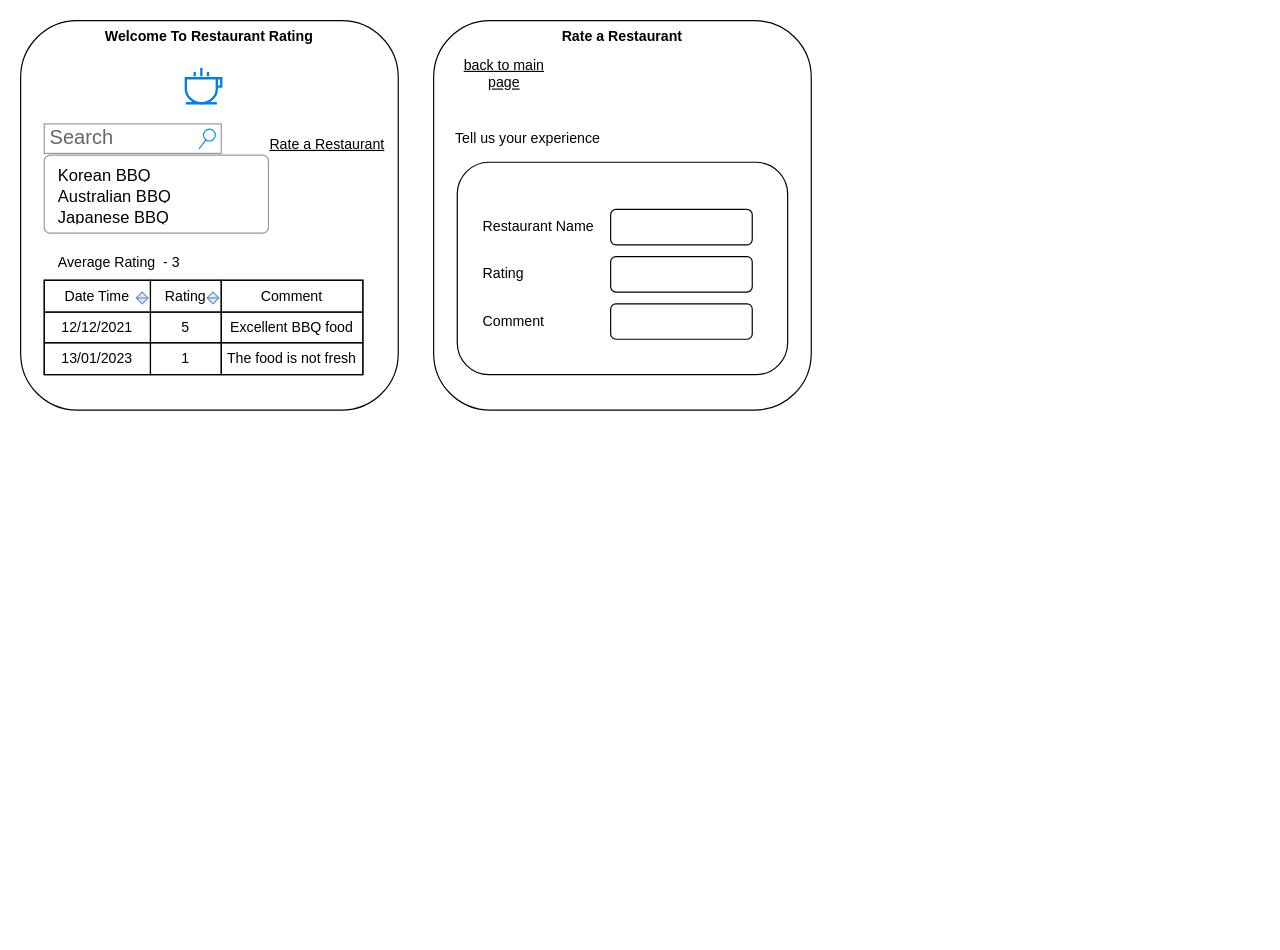
Earlier version of the draw.io diagram page "UI Design Relationship" (2 of 4) of design/architecture.drawio (dwen168/PWARestaurants). Source tidied: cells renumbered, new cells numbered last; positions are measured from the earlier drawing's top-left corner, leaving out a move shared by most shapes. Both pictures are drawn from the tidied source at 118%, with x=0, y=0 at pixel (20, 20).
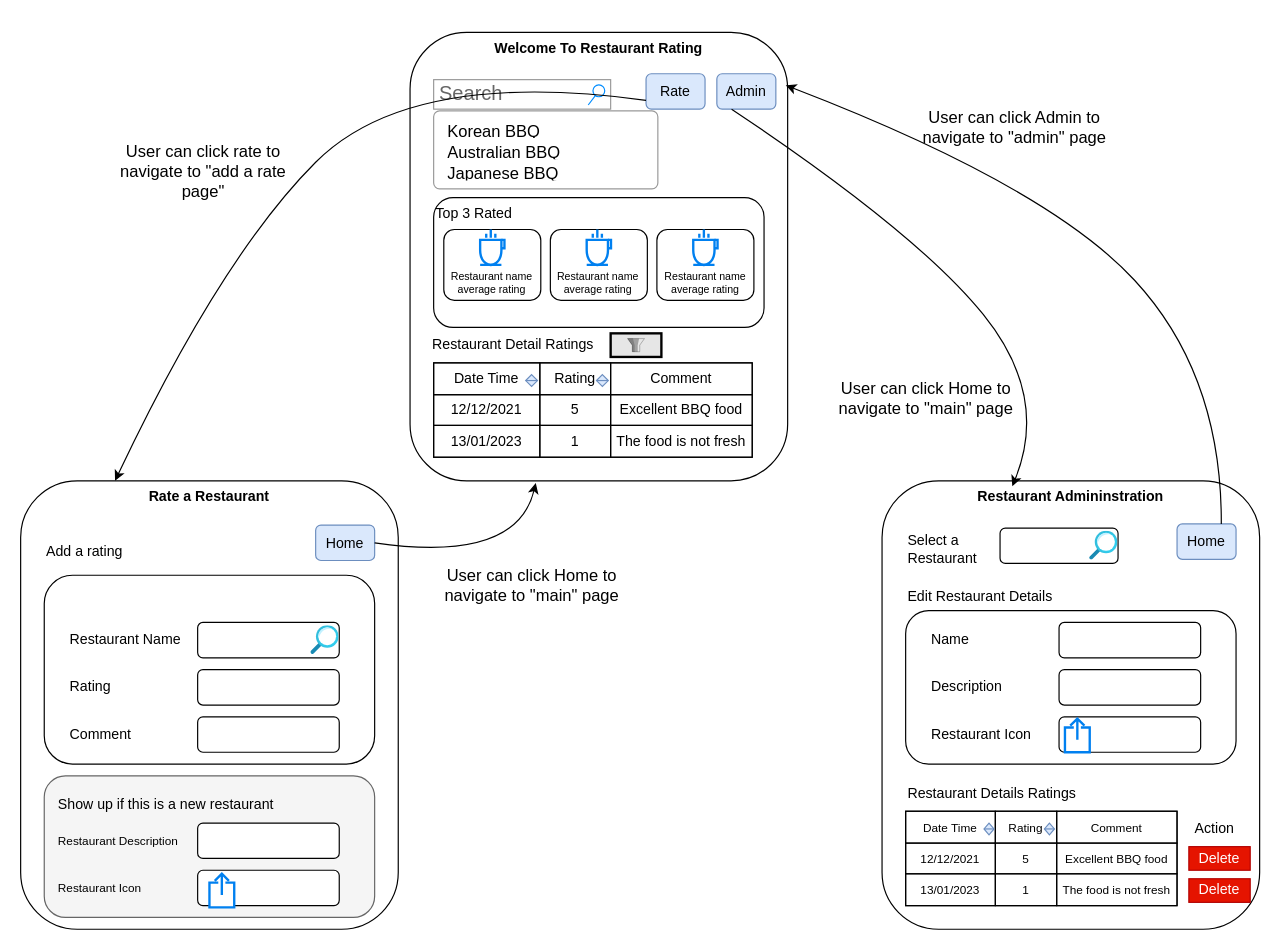
The same page after the edit.

What changed in the source:
```diff
@@
     <mxCell id="2" value="Welcome To Restaurant Rating" style="rounded=1;whiteSpace=wrap;html=1;verticalAlign=top;fontStyle=1;" parent="1" vertex="1">
-      <mxGeometry width="320" height="330" as="geometry" />
+      <mxGeometry x="330" y="10" width="320" height="380" as="geometry" />
     </mxCell>
-    <mxCell id="3" style="html=1;verticalLabelPosition=bottom;align=center;labelBackgroundColor=#ffffff;verticalAlign=top;strokeWidth=2;strokeColor=#0080F0;shadow=0;dashed=0;shape=mxgraph.ios7.icons.cup;" parent="1" vertex="1">
-      <mxGeometry x="140" y="40" width="30" height="30" as="geometry" />
-    </mxCell>
     <mxCell id="4" style="childLayout=tableLayout;shadow=0;fillColor=none;" parent="1" vertex="1">
-      <mxGeometry x="20" y="220" width="270" height="80" as="geometry" />
+      <mxGeometry x="350" y="290" width="270" height="80" as="geometry" />
     </mxCell>
@@
-    <mxCell id="17" value="Average Rating&amp;nbsp; - 3" style="text;html=1;align=left;verticalAlign=middle;whiteSpace=wrap;rounded=0;" parent="1" vertex="1">
-      <mxGeometry x="30" y="190" width="220" height="30" as="geometry" />
-    </mxCell>
     <mxCell id="18" value="Rate a Restaurant" style="rounded=1;whiteSpace=wrap;html=1;verticalAlign=top;fontStyle=1;" parent="1" vertex="1">
-      <mxGeometry x="350" width="320" height="330" as="geometry" />
+      <mxGeometry y="390" width="320" height="380" as="geometry" />
     </mxCell>
-    <mxCell id="19" value="Rate a Restaurant" style="text;html=1;align=center;verticalAlign=middle;whiteSpace=wrap;rounded=0;fontStyle=4;" parent="1" vertex="1">
-      <mxGeometry x="210" y="90" width="100" height="30" as="geometry" />
-    </mxCell>
-    <mxCell id="20" value="back to main page" style="text;html=1;align=center;verticalAlign=middle;whiteSpace=wrap;rounded=0;fontStyle=4;" parent="1" vertex="1">
-      <mxGeometry x="360" y="30" width="100" height="30" as="geometry" />
-    </mxCell>
     <mxCell id="21" style="rounded=1;whiteSpace=wrap;html=1;" parent="1" vertex="1">
-      <mxGeometry x="370" y="120" width="280" height="180" as="geometry" />
+      <mxGeometry x="20" y="470" width="280" height="160" as="geometry" />
     </mxCell>
-    <mxCell id="22" value="Tell us your experience" style="text;html=1;align=center;verticalAlign=middle;whiteSpace=wrap;rounded=0;" parent="1" vertex="1">
-      <mxGeometry x="340" y="80" width="180" height="40" as="geometry" />
+    <mxCell id="22" value="Add a rating" style="text;html=1;align=left;verticalAlign=middle;whiteSpace=wrap;rounded=0;" parent="1" vertex="1">
+      <mxGeometry x="20" y="430" width="100" height="40" as="geometry" />
     </mxCell>
     <mxCell id="23" value="Restaurant Name" style="text;html=1;align=left;verticalAlign=middle;whiteSpace=wrap;rounded=0;" parent="1" vertex="1">
-      <mxGeometry x="390" y="160" width="100" height="30" as="geometry" />
+      <mxGeometry x="40" y="510" width="100" height="30" as="geometry" />
     </mxCell>
     <mxCell id="24" style="rounded=1;whiteSpace=wrap;html=1;" parent="1" vertex="1">
-      <mxGeometry x="500" y="160" width="120" height="30" as="geometry" />
+      <mxGeometry x="150" y="510" width="120" height="30" as="geometry" />
     </mxCell>
     <mxCell id="25" value="Rating" style="text;html=1;align=left;verticalAlign=middle;whiteSpace=wrap;rounded=0;" parent="1" vertex="1">
-      <mxGeometry x="390" y="200" width="100" height="30" as="geometry" />
+      <mxGeometry x="40" y="550" width="100" height="30" as="geometry" />
     </mxCell>
     <mxCell id="26" style="rounded=1;whiteSpace=wrap;html=1;" parent="1" vertex="1">
-      <mxGeometry x="500" y="200" width="120" height="30" as="geometry" />
+      <mxGeometry x="150" y="550" width="120" height="30" as="geometry" />
     </mxCell>
     <mxCell id="27" value="Comment" style="text;html=1;align=left;verticalAlign=middle;whiteSpace=wrap;rounded=0;" parent="1" vertex="1">
-      <mxGeometry x="390" y="240" width="100" height="30" as="geometry" />
+      <mxGeometry x="40" y="590" width="100" height="30" as="geometry" />
     </mxCell>
     <mxCell id="28" style="rounded=1;whiteSpace=wrap;html=1;" parent="1" vertex="1">
-      <mxGeometry x="500" y="240" width="120" height="30" as="geometry" />
+      <mxGeometry x="150" y="590" width="120" height="30" as="geometry" />
     </mxCell>
     <mxCell id="29" value="Search" style="strokeWidth=1;shadow=0;dashed=0;align=center;html=1;shape=mxgraph.mockup.forms.searchBox;strokeColor=#999999;mainText=;strokeColor2=#008cff;fontColor=#666666;fontSize=17;align=left;spacingLeft=3;whiteSpace=wrap;" parent="1" vertex="1">
-      <mxGeometry x="20" y="87.5" width="150" height="25" as="geometry" />
+      <mxGeometry x="350" y="50" width="150" height="25" as="geometry" />
     </mxCell>
     <mxCell id="30" style="swimlane;shape=mxgraph.bootstrap.rrect;rSize=5;strokeColor=#999999;fillColor=#ffffff;fontStyle=0;horizontal=1;startSize=0;whiteSpace=wrap;html=1;" parent="1" vertex="1">
-      <mxGeometry x="20" y="114" width="190" height="66" as="geometry" />
+      <mxGeometry x="350" y="76.5" width="190" height="66" as="geometry" />
     </mxCell>
@@
     <mxCell id="36" style="shape=sortShape;perimeter=rhombusPerimeter;whiteSpace=wrap;html=1;fillColor=#dae8fc;strokeColor=#6c8ebf;" parent="1" vertex="1">
-      <mxGeometry x="98" y="230" width="10" height="10" as="geometry" />
+      <mxGeometry x="428" y="300" width="10" height="10" as="geometry" />
     </mxCell>
     <mxCell id="37" style="shape=sortShape;perimeter=rhombusPerimeter;whiteSpace=wrap;html=1;fillColor=#dae8fc;strokeColor=#6c8ebf;" parent="1" vertex="1">
-      <mxGeometry x="158" y="230" width="10" height="10" as="geometry" />
+      <mxGeometry x="488" y="300" width="10" height="10" as="geometry" />
     </mxCell>
+    <mxCell id="38" value="Restaurant Admininstration" style="rounded=1;whiteSpace=wrap;html=1;verticalAlign=top;fontStyle=1;" parent="1" vertex="1">
+      <mxGeometry x="730" y="390" width="320" height="380" as="geometry" />
+    </mxCell>
+    <mxCell id="39" value="Home" style="rounded=1;whiteSpace=wrap;html=1;fillColor=#dae8fc;strokeColor=#6c8ebf;" parent="1" vertex="1">
+      <mxGeometry x="250" y="427.5" width="50" height="30" as="geometry" />
+    </mxCell>
+    <mxCell id="40" value="Home" style="rounded=1;whiteSpace=wrap;html=1;fillColor=#dae8fc;strokeColor=#6c8ebf;" parent="1" vertex="1">
+      <mxGeometry x="980" y="426.5" width="50" height="30" as="geometry" />
+    </mxCell>
+    <mxCell id="41" value="Rate" style="rounded=1;whiteSpace=wrap;html=1;fillColor=#dae8fc;strokeColor=#6c8ebf;" parent="1" vertex="1">
+      <mxGeometry x="530" y="45" width="50" height="30" as="geometry" />
+    </mxCell>
+    <mxCell id="42" value="Admin" style="rounded=1;whiteSpace=wrap;html=1;fillColor=#dae8fc;strokeColor=#6c8ebf;" parent="1" vertex="1">
+      <mxGeometry x="590" y="45" width="50" height="30" as="geometry" />
+    </mxCell>
+    <mxCell id="43" value="Top 3 Rated" style="rounded=1;whiteSpace=wrap;html=1;verticalAlign=top;align=left;" parent="1" vertex="1">
+      <mxGeometry x="350" y="150" width="280" height="110" as="geometry" />
+    </mxCell>
+    <mxCell id="44" style="group;" parent="1" vertex="1">
+      <mxGeometry x="350" y="177" width="280" height="60" as="geometry" />
+    </mxCell>
+    <mxCell id="45" style="group;fontSize=9;" parent="44" vertex="1">
+      <mxGeometry x="90.3" width="99.4" height="60" as="geometry" />
+    </mxCell>
+    <mxCell id="46" style="rounded=1;whiteSpace=wrap;html=1;fontSize=9;" parent="45" vertex="1">
+      <mxGeometry x="8.6" width="82.2" height="60" as="geometry" />
+    </mxCell>
+    <mxCell id="47" style="html=1;verticalLabelPosition=bottom;align=center;labelBackgroundColor=#ffffff;verticalAlign=top;strokeWidth=2;strokeColor=#0080F0;shadow=0;dashed=0;shape=mxgraph.ios7.icons.cup;fontSize=9;" parent="45" vertex="1">
+      <mxGeometry x="39.4" width="20.6" height="30" as="geometry" />
+    </mxCell>
+    <mxCell id="48" value="Restaurant name&lt;div&gt;average rating&lt;/div&gt;" style="text;html=1;align=center;verticalAlign=middle;whiteSpace=wrap;rounded=0;fontSize=9;" parent="45" vertex="1">
+      <mxGeometry y="30" width="99.4" height="30" as="geometry" />
+    </mxCell>
+    <mxCell id="49" style="group;fontSize=9;" parent="44" vertex="1">
+      <mxGeometry width="99.4" height="60" as="geometry" />
+    </mxCell>
+    <mxCell id="50" style="rounded=1;whiteSpace=wrap;html=1;fontSize=9;" parent="49" vertex="1">
+      <mxGeometry x="8.6" width="82.2" height="60" as="geometry" />
+    </mxCell>
+    <mxCell id="51" style="html=1;verticalLabelPosition=bottom;align=center;labelBackgroundColor=#ffffff;verticalAlign=top;strokeWidth=2;strokeColor=#0080F0;shadow=0;dashed=0;shape=mxgraph.ios7.icons.cup;fontSize=9;" parent="49" vertex="1">
+      <mxGeometry x="39.4" width="20.6" height="30" as="geometry" />
+    </mxCell>
+    <mxCell id="52" value="Restaurant name&lt;div&gt;average rating&lt;/div&gt;" style="text;html=1;align=center;verticalAlign=middle;whiteSpace=wrap;rounded=0;fontSize=9;" parent="49" vertex="1">
+      <mxGeometry y="30" width="99.4" height="30" as="geometry" />
+    </mxCell>
+    <mxCell id="53" style="group;fontSize=9;" parent="44" vertex="1">
+      <mxGeometry x="180.6" width="99.4" height="60" as="geometry" />
+    </mxCell>
+    <mxCell id="54" style="rounded=1;whiteSpace=wrap;html=1;fontSize=9;" parent="53" vertex="1">
+      <mxGeometry x="8.6" width="82.2" height="60" as="geometry" />
+    </mxCell>
+    <mxCell id="55" style="html=1;verticalLabelPosition=bottom;align=center;labelBackgroundColor=#ffffff;verticalAlign=top;strokeWidth=2;strokeColor=#0080F0;shadow=0;dashed=0;shape=mxgraph.ios7.icons.cup;fontSize=9;" parent="53" vertex="1">
+      <mxGeometry x="39.4" width="20.6" height="30" as="geometry" />
+    </mxCell>
+    <mxCell id="56" value="Restaurant name&lt;div&gt;average rating&lt;/div&gt;" style="text;html=1;align=center;verticalAlign=middle;whiteSpace=wrap;rounded=0;fontSize=9;" parent="53" vertex="1">
+      <mxGeometry y="30" width="99.4" height="30" as="geometry" />
+    </mxCell>
+    <mxCell id="57" value="Restaurant Detail Ratings" style="text;html=1;align=center;verticalAlign=middle;whiteSpace=wrap;rounded=0;" parent="1" vertex="1">
+      <mxGeometry x="330" y="260" width="175" height="30" as="geometry" />
+    </mxCell>
+    <mxCell id="58" style="image;html=1;align=center;fontSize=12;image=img/lib/azure2/general/Search.svg;" parent="1" vertex="1">
+      <mxGeometry x="246" y="512.8" width="24" height="24.4" as="geometry" />
+    </mxCell>
+    <mxCell id="59" style="rounded=1;whiteSpace=wrap;html=1;fillColor=#f5f5f5;fontColor=#333333;strokeColor=#666666;" parent="1" vertex="1">
+      <mxGeometry x="20" y="640" width="280" height="120" as="geometry" />
+    </mxCell>
+    <mxCell id="60" value="Show up if this is a new restaurant&amp;nbsp;" style="text;html=1;align=left;verticalAlign=middle;whiteSpace=wrap;rounded=0;" parent="1" vertex="1">
+      <mxGeometry x="30" y="650" width="250" height="30" as="geometry" />
+    </mxCell>
+    <mxCell id="61" style="rounded=1;whiteSpace=wrap;html=1;" parent="1" vertex="1">
+      <mxGeometry x="150" y="680" width="120" height="30" as="geometry" />
+    </mxCell>
+    <mxCell id="62" style="rounded=1;whiteSpace=wrap;html=1;" parent="1" vertex="1">
+      <mxGeometry x="150" y="720" width="120" height="30" as="geometry" />
+    </mxCell>
+    <mxCell id="63" value="Restaurant Description" style="text;html=1;align=left;verticalAlign=middle;whiteSpace=wrap;rounded=0;fontSize=10;" parent="1" vertex="1">
+      <mxGeometry x="30" y="680" width="130" height="30" as="geometry" />
+    </mxCell>
+    <mxCell id="64" value="Restaurant Icon" style="text;html=1;align=left;verticalAlign=middle;whiteSpace=wrap;rounded=0;fontSize=10;" parent="1" vertex="1">
+      <mxGeometry x="30" y="720" width="130" height="30" as="geometry" />
+    </mxCell>
+    <mxCell id="65" style="html=1;verticalLabelPosition=bottom;align=center;labelBackgroundColor=#ffffff;verticalAlign=top;strokeWidth=2;strokeColor=#0080F0;shadow=0;dashed=0;shape=mxgraph.ios7.icons.share;" parent="1" vertex="1">
+      <mxGeometry x="160" y="723" width="21" height="28.5" as="geometry" />
+    </mxCell>
+    <mxCell id="66" style="rounded=1;whiteSpace=wrap;html=1;" parent="1" vertex="1">
+      <mxGeometry x="750" y="500" width="280" height="130" as="geometry" />
+    </mxCell>
+    <mxCell id="67" value="Name" style="text;html=1;align=left;verticalAlign=middle;whiteSpace=wrap;rounded=0;" parent="1" vertex="1">
+      <mxGeometry x="770" y="510" width="100" height="30" as="geometry" />
+    </mxCell>
+    <mxCell id="68" style="rounded=1;whiteSpace=wrap;html=1;" parent="1" vertex="1">
+      <mxGeometry x="880" y="510" width="120" height="30" as="geometry" />
+    </mxCell>
+    <mxCell id="69" value="Description" style="text;html=1;align=left;verticalAlign=middle;whiteSpace=wrap;rounded=0;" parent="1" vertex="1">
+      <mxGeometry x="770" y="550" width="100" height="30" as="geometry" />
+    </mxCell>
+    <mxCell id="70" style="rounded=1;whiteSpace=wrap;html=1;" parent="1" vertex="1">
+      <mxGeometry x="880" y="550" width="120" height="30" as="geometry" />
+    </mxCell>
+    <mxCell id="71" value="Restaurant Icon" style="text;html=1;align=left;verticalAlign=middle;whiteSpace=wrap;rounded=0;" parent="1" vertex="1">
+      <mxGeometry x="770" y="590" width="100" height="30" as="geometry" />
+    </mxCell>
+    <mxCell id="72" style="rounded=1;whiteSpace=wrap;html=1;" parent="1" vertex="1">
+      <mxGeometry x="880" y="590" width="120" height="30" as="geometry" />
+    </mxCell>
+    <mxCell id="73" value="Select a Restaurant" style="text;html=1;align=left;verticalAlign=middle;whiteSpace=wrap;rounded=0;" parent="1" vertex="1">
+      <mxGeometry x="750" y="427.5" width="100" height="40" as="geometry" />
+    </mxCell>
+    <mxCell id="74" style="rounded=1;whiteSpace=wrap;html=1;" parent="1" vertex="1">
+      <mxGeometry x="830" y="430" width="100" height="30" as="geometry" />
+    </mxCell>
+    <mxCell id="75" style="image;html=1;align=center;fontSize=12;image=img/lib/azure2/general/Search.svg;" parent="1" vertex="1">
+      <mxGeometry x="906" y="432.8" width="24" height="24.4" as="geometry" />
+    </mxCell>
+    <mxCell id="76" value="Edit Restaurant Details" style="text;html=1;align=left;verticalAlign=middle;whiteSpace=wrap;rounded=0;" parent="1" vertex="1">
+      <mxGeometry x="750" y="467.5" width="160" height="40" as="geometry" />
+    </mxCell>
+    <mxCell id="77" style="html=1;verticalLabelPosition=bottom;align=center;labelBackgroundColor=#ffffff;verticalAlign=top;strokeWidth=2;strokeColor=#0080F0;shadow=0;dashed=0;shape=mxgraph.ios7.icons.share;" parent="1" vertex="1">
+      <mxGeometry x="885" y="591.5" width="21" height="28.5" as="geometry" />
+    </mxCell>
+    <mxCell id="78" value="Restaurant Details Ratings" style="text;html=1;align=left;verticalAlign=middle;whiteSpace=wrap;rounded=0;" parent="1" vertex="1">
+      <mxGeometry x="750" y="635" width="160" height="40" as="geometry" />
+    </mxCell>
+    <mxCell id="79" style="group;fontSize=10;" parent="1" vertex="1">
+      <mxGeometry x="750" y="670" width="230" height="80" as="geometry" />
+    </mxCell>
+    <mxCell id="80" style="childLayout=tableLayout;shadow=0;fillColor=none;fontSize=10;" parent="79" vertex="1">
+      <mxGeometry width="230" height="80" as="geometry" />
+    </mxCell>
+    <mxCell id="81" style="shape=tableRow;horizontal=0;startSize=0;swimlaneHead=0;swimlaneBody=0;top=0;left=0;bottom=0;right=0;fontStyle=0;fillColor=none;strokeColor=inherit;fontSize=10;" parent="80" vertex="1">
+      <mxGeometry width="230" height="27" as="geometry" />
+    </mxCell>
+    <mxCell id="82" value="Date Time" style="strokeColor=inherit;fillColor=none;align=center;whiteSpace=wrap;html=1;fontSize=10;" parent="81" vertex="1">
+      <mxGeometry width="76" height="27" as="geometry" />
+    </mxCell>
+    <mxCell id="83" value="Rating" style="strokeColor=inherit;fillColor=none;align=center;whiteSpace=wrap;html=1;fontSize=10;" parent="81" vertex="1">
+      <mxGeometry x="76" width="52" height="27" as="geometry" />
+    </mxCell>
+    <mxCell id="84" value="Comment" style="strokeColor=inherit;fillColor=none;align=center;whiteSpace=wrap;html=1;fontSize=10;" parent="81" vertex="1">
+      <mxGeometry x="128" width="102" height="27" as="geometry" />
+    </mxCell>
+    <mxCell id="85" style="shape=tableRow;horizontal=0;startSize=0;swimlaneHead=0;swimlaneBody=0;top=0;left=0;bottom=0;right=0;fontStyle=0;fillColor=none;strokeColor=inherit;fontSize=10;" parent="80" vertex="1">
+      <mxGeometry y="27" width="230" height="26" as="geometry" />
+    </mxCell>
+    <mxCell id="86" value="12/12/2021" style="strokeColor=inherit;fillColor=none;align=center;whiteSpace=wrap;html=1;fontSize=10;" parent="85" vertex="1">
+      <mxGeometry width="76" height="26" as="geometry" />
+    </mxCell>
+    <mxCell id="87" value="5" style="strokeColor=inherit;fillColor=none;align=center;whiteSpace=wrap;html=1;fontSize=10;" parent="85" vertex="1">
+      <mxGeometry x="76" width="52" height="26" as="geometry" />
+    </mxCell>
+    <mxCell id="88" value="Excellent BBQ food" style="strokeColor=inherit;fillColor=none;align=center;whiteSpace=wrap;html=1;fontSize=10;" parent="85" vertex="1">
+      <mxGeometry x="128" width="102" height="26" as="geometry" />
+    </mxCell>
+    <mxCell id="89" style="shape=tableRow;horizontal=0;startSize=0;swimlaneHead=0;swimlaneBody=0;top=0;left=0;bottom=0;right=0;fontStyle=0;fillColor=none;strokeColor=inherit;fontSize=10;" parent="80" vertex="1">
+      <mxGeometry y="53" width="230" height="27" as="geometry" />
+    </mxCell>
+    <mxCell id="90" value="13/01/2023" style="strokeColor=inherit;fillColor=none;align=center;whiteSpace=wrap;html=1;fontSize=10;" parent="89" vertex="1">
+      <mxGeometry width="76" height="27" as="geometry" />
+    </mxCell>
+    <mxCell id="91" value="1" style="strokeColor=inherit;fillColor=none;align=center;whiteSpace=wrap;html=1;fontSize=10;" parent="89" vertex="1">
+      <mxGeometry x="76" width="52" height="27" as="geometry" />
+    </mxCell>
+    <mxCell id="92" value="The food is not fresh" style="strokeColor=inherit;fillColor=none;align=center;whiteSpace=wrap;html=1;fontSize=10;" parent="89" vertex="1">
+      <mxGeometry x="128" width="102" height="27" as="geometry" />
+    </mxCell>
+    <mxCell id="93" style="shape=sortShape;perimeter=rhombusPerimeter;whiteSpace=wrap;html=1;fillColor=#dae8fc;strokeColor=#6c8ebf;fontSize=10;" parent="79" vertex="1">
+      <mxGeometry x="66.4" y="10" width="8.5" height="10" as="geometry" />
+    </mxCell>
+    <mxCell id="94" style="shape=sortShape;perimeter=rhombusPerimeter;whiteSpace=wrap;html=1;fillColor=#dae8fc;strokeColor=#6c8ebf;fontSize=10;" parent="79" vertex="1">
+      <mxGeometry x="117.6" y="10" width="8.5" height="10" as="geometry" />
+    </mxCell>
+    <mxCell id="95" value="Delete" style="rounded=0;whiteSpace=wrap;html=1;fillColor=#e51400;fontColor=#ffffff;strokeColor=#B20000;" parent="1" vertex="1">
+      <mxGeometry x="990" y="700" width="52" height="20" as="geometry" />
+    </mxCell>
+    <mxCell id="96" value="Delete" style="rounded=0;whiteSpace=wrap;html=1;fillColor=#e51400;fontColor=#ffffff;strokeColor=#B20000;" parent="1" vertex="1">
+      <mxGeometry x="990" y="727.2" width="52" height="20" as="geometry" />
+    </mxCell>
+    <mxCell id="97" value="Action" style="text;html=1;align=center;verticalAlign=middle;whiteSpace=wrap;rounded=0;" parent="1" vertex="1">
+      <mxGeometry x="982" y="670" width="60" height="30" as="geometry" />
+    </mxCell>
+    <mxCell id="98" style="curved=1;endArrow=classic;html=1;exitX=1;exitY=0.5;exitDx=0;exitDy=0;entryX=0.333;entryY=1.005;entryDx=0;entryDy=0;entryPerimeter=0;" parent="1" edge="1" source="39" target="2">
+      <mxGeometry relative="1" as="geometry">
+        <Array as="points">
+          <mxPoint x="420" y="460" />
+        </Array>
+      </mxGeometry>
+    </mxCell>
+    <mxCell id="99" style="curved=1;endArrow=classic;html=1;exitX=0.75;exitY=0;exitDx=0;exitDy=0;entryX=0.995;entryY=0.118;entryDx=0;entryDy=0;entryPerimeter=0;" parent="1" edge="1" source="40" target="2">
+      <mxGeometry relative="1" as="geometry">
+        <Array as="points">
+          <mxPoint x="1018" y="300" />
+          <mxPoint x="870" y="140" />
+        </Array>
+      </mxGeometry>
+    </mxCell>
+    <mxCell id="100" style="curved=1;endArrow=classic;html=1;exitX=0;exitY=0.75;exitDx=0;exitDy=0;entryX=0.25;entryY=0;entryDx=0;entryDy=0;" parent="1" edge="1" source="41" target="18">
+      <mxGeometry relative="1" as="geometry">
+        <Array as="points">
+          <mxPoint x="330" y="40" />
+          <mxPoint x="170" y="200" />
+        </Array>
+      </mxGeometry>
+    </mxCell>
+    <mxCell id="101" style="curved=1;endArrow=classic;html=1;exitX=0.25;exitY=1;exitDx=0;exitDy=0;entryX=0.345;entryY=0.012;entryDx=0;entryDy=0;entryPerimeter=0;" parent="1" edge="1" source="42" target="38">
+      <mxGeometry relative="1" as="geometry">
+        <Array as="points">
+          <mxPoint x="760" y="180" />
+          <mxPoint x="871.5" y="318" />
+        </Array>
+      </mxGeometry>
+    </mxCell>
+    <mxCell id="102" value="User can click rate to navigate to &quot;add a rate page&quot;" style="text;html=1;align=center;verticalAlign=middle;whiteSpace=wrap;rounded=0;fontSize=14;" parent="1" vertex="1">
+      <mxGeometry x="75" y="112.5" width="160" height="30" as="geometry" />
+    </mxCell>
+    <mxCell id="103" value="User can click Home to navigate to &quot;main&quot; page" style="text;html=1;align=center;verticalAlign=middle;whiteSpace=wrap;rounded=0;fontSize=14;" parent="1" vertex="1">
+      <mxGeometry x="350.5" y="447.5" width="165" height="60" as="geometry" />
+    </mxCell>
+    <mxCell id="104" value="User can click Home to navigate to &quot;main&quot; page" style="text;html=1;align=center;verticalAlign=middle;whiteSpace=wrap;rounded=0;fontSize=14;" parent="1" vertex="1">
+      <mxGeometry x="685" y="290" width="165" height="60" as="geometry" />
+    </mxCell>
+    <mxCell id="105" value="User can click Admin to navigate to &quot;admin&quot; page" style="text;html=1;align=center;verticalAlign=middle;whiteSpace=wrap;rounded=0;fontSize=14;" parent="1" vertex="1">
+      <mxGeometry x="760" y="60" width="165" height="60" as="geometry" />
+    </mxCell>
+    <mxCell id="106" style="html=1;strokeWidth=2;dashed=0;align=center;fontSize=8;fillColor=#E6E6E6;verticalLabelPosition=bottom;verticalAlign=top;shape=mxgraph.eip.message_filter;" parent="1" vertex="1">
+      <mxGeometry x="500" y="265" width="43" height="20" as="geometry" />
+    </mxCell>
```
